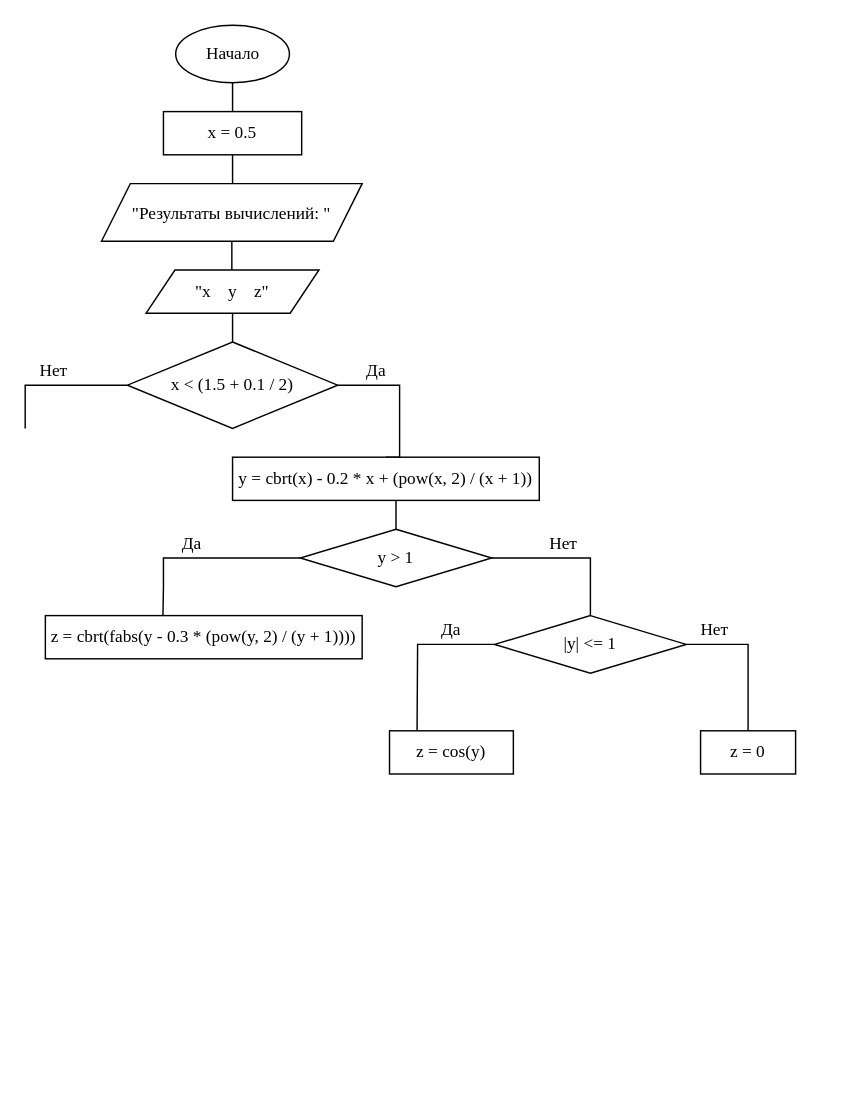
The draw.io diagram Диаграмма без названия.drawio in kkazim/proj, before the edit. Source tidied: cells renumbered, new cells numbered last; positions are measured from the earlier drawing's top-left corner, leaving out a move shared by most shapes. Both pictures are drawn from the tidied source at 144%, with x=0, y=0 at pixel (24, 24).
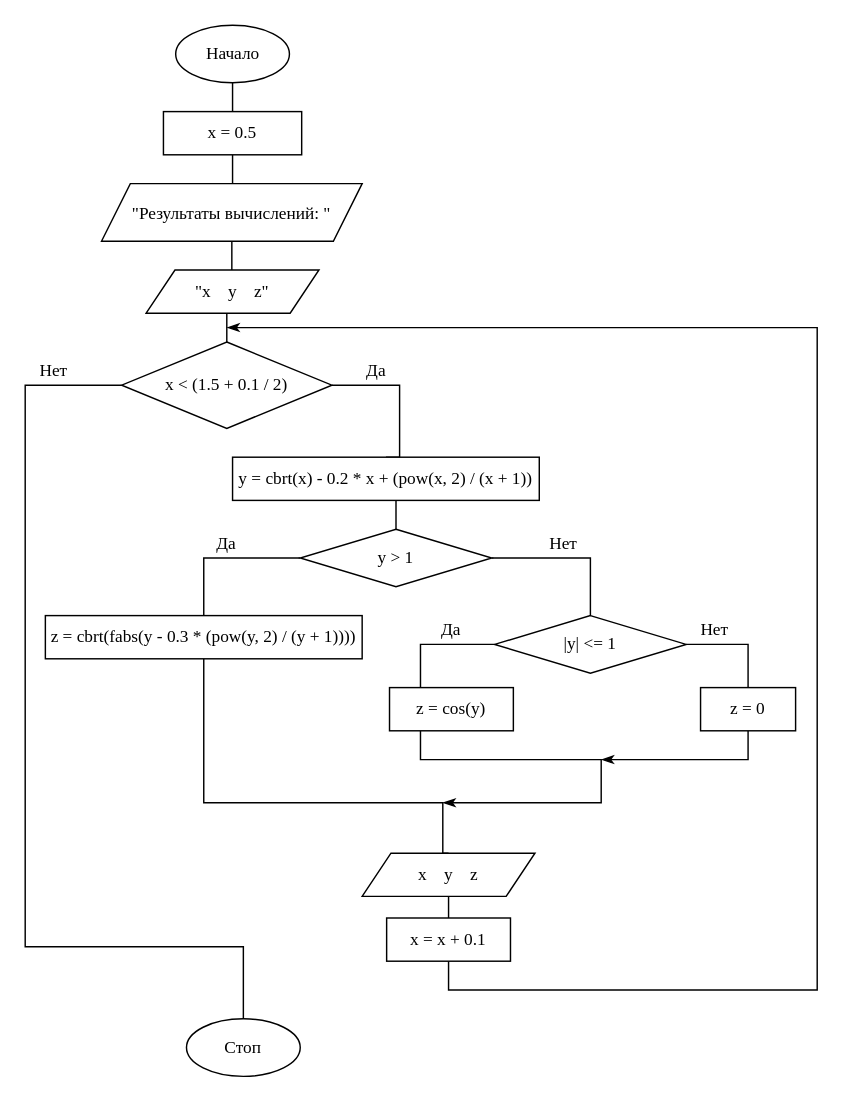
The same page after the edit.

The change refers to these unchanged cells:
```xml
<mxCell id="9" value="&quot;x&amp;nbsp; &amp;nbsp; y&amp;nbsp; &amp;nbsp; z&quot;" style="shape=parallelogram;perimeter=parallelogramPerimeter;whiteSpace=wrap;html=1;fixedSize=1;fontFamily=Times New Roman;fontSize=12;" parent="1" vertex="1">
  <mxGeometry x="84" y="170" width="120" height="30" as="geometry" />
</mxCell>
<mxCell id="19" value="y &amp;gt; 1" style="rhombus;whiteSpace=wrap;html=1;fontFamily=Times New Roman;fontSize=12;" parent="1" vertex="1">
  <mxGeometry x="191" y="350" width="133" height="40" as="geometry" />
</mxCell>
<mxCell id="22" value="z = cbrt(fabs(y - 0.3 * (pow(y, 2) / (y + 1))))" style="rounded=0;whiteSpace=wrap;html=1;fontFamily=Times New Roman;fontSize=12;" parent="1" vertex="1">
  <mxGeometry x="14" y="410" width="220" height="30" as="geometry" />
</mxCell>
<mxCell id="25" value="|y| &amp;lt;= 1" style="rhombus;whiteSpace=wrap;html=1;fontFamily=Times New Roman;fontSize=12;" parent="1" vertex="1">
  <mxGeometry x="326" y="410" width="133" height="40" as="geometry" />
</mxCell>
```

Diff of the diagram source:
```diff
@@
-    <mxCell id="8" style="edgeStyle=orthogonalEdgeStyle;rounded=0;jettySize=auto;html=1;fontFamily=Times New Roman;fontSize=12;endArrow=none;endFill=0;" parent="1" edge="1" source="9" target="12">
-      <mxGeometry relative="1" as="geometry" />
-    </mxCell>
@@
-    <mxCell id="11" style="edgeStyle=orthogonalEdgeStyle;rounded=0;jettySize=auto;html=1;exitX=0;exitY=0.5;exitDx=0;exitDy=0;fontFamily=Times New Roman;fontSize=12;endArrow=none;endFill=0;" parent="1" edge="1" source="12">
+    <mxCell id="11" style="edgeStyle=orthogonalEdgeStyle;rounded=0;jettySize=auto;html=1;exitX=0;exitY=0.5;exitDx=0;exitDy=0;fontFamily=Times New Roman;fontSize=12;endArrow=none;endFill=0;entryX=0.5;entryY=0;entryDx=0;entryDy=0;" parent="1" edge="1" source="12" target="38">
       <mxGeometry relative="1" as="geometry">
-        <mxPoint y="280" as="targetPoint" />
         <Array as="points">
           <mxPoint y="250" />
-          <mxPoint y="280" />
+          <mxPoint y="640" />
+          <mxPoint x="151" y="640" />
         </Array>
       </mxGeometry>
     </mxCell>
+    <mxCell id="30" style="edgeStyle=orthogonalEdgeStyle;rounded=0;jettySize=auto;html=1;fontFamily=Times New Roman;fontSize=12;endArrow=none;endFill=0;" parent="1" edge="1" source="12" target="9">
+      <mxGeometry relative="1" as="geometry">
+        <Array as="points">
+          <mxPoint x="140" y="210" />
+          <mxPoint x="140" y="210" />
+        </Array>
+      </mxGeometry>
+    </mxCell>
     <mxCell id="12" value="x &amp;lt; (1.5 + 0.1 / 2)" style="rhombus;whiteSpace=wrap;html=1;fontFamily=Times New Roman;fontSize=12;" parent="1" vertex="1">
-      <mxGeometry x="71" y="220" width="146" height="60" as="geometry" />
+      <mxGeometry x="67" y="220" width="146" height="60" as="geometry" />
     </mxCell>
@@
-    <mxCell id="18" style="edgeStyle=orthogonalEdgeStyle;rounded=0;jettySize=auto;html=1;exitX=0;exitY=0.5;exitDx=0;exitDy=0;fontFamily=Times New Roman;fontSize=12;endArrow=none;endFill=0;entryX=0.371;entryY=0.058;entryDx=0;entryDy=0;entryPerimeter=0;" parent="1" edge="1" source="19" target="22">
+    <mxCell id="18" style="edgeStyle=orthogonalEdgeStyle;rounded=0;jettySize=auto;html=1;exitX=0;exitY=0.5;exitDx=0;exitDy=0;fontFamily=Times New Roman;fontSize=12;endArrow=none;endFill=0;entryX=0.5;entryY=0;entryDx=0;entryDy=0;" parent="1" edge="1" source="19" target="22">
       <mxGeometry relative="1" as="geometry">
         <Array as="points">
-          <mxPoint x="96" y="370" />
-          <mxPoint x="96" y="390" />
+          <mxPoint x="124" y="370" />
         </Array>
       </mxGeometry>
     </mxCell>
@@
     <mxCell id="20" value="Да" style="rounded=0;whiteSpace=wrap;html=1;fontFamily=Times New Roman;fontSize=12;fillColor=none;strokeColor=none;" parent="1" vertex="1">
-      <mxGeometry x="96" y="350" width="40" height="20" as="geometry" />
+      <mxGeometry x="120" y="350" width="40" height="20" as="geometry" />
     </mxCell>
@@
+    <mxCell id="31" style="edgeStyle=orthogonalEdgeStyle;rounded=0;jettySize=auto;html=1;exitX=0.5;exitY=1;exitDx=0;exitDy=0;fontFamily=Times New Roman;fontSize=12;endArrow=none;endFill=0;entryX=0.5;entryY=0;entryDx=0;entryDy=0;" parent="1" edge="1" source="22" target="35">
+      <mxGeometry relative="1" as="geometry">
+        <Array as="points">
+          <mxPoint x="124" y="540" />
+          <mxPoint x="290" y="540" />
+          <mxPoint x="290" y="575" />
+        </Array>
+      </mxGeometry>
+    </mxCell>
@@
-    <mxCell id="23" style="edgeStyle=orthogonalEdgeStyle;rounded=0;jettySize=auto;html=1;exitX=0;exitY=0.5;exitDx=0;exitDy=0;fontFamily=Times New Roman;fontSize=12;endArrow=none;endFill=0;" parent="1" edge="1" source="25">
-      <mxGeometry relative="1" as="geometry">
-        <mxPoint x="272" y="510" as="targetPoint" />
-      </mxGeometry>
+    <mxCell id="23" style="edgeStyle=orthogonalEdgeStyle;rounded=0;jettySize=auto;html=1;exitX=0;exitY=0.5;exitDx=0;exitDy=0;fontFamily=Times New Roman;fontSize=12;endArrow=none;endFill=0;entryX=0.25;entryY=0;entryDx=0;entryDy=0;" parent="1" edge="1" source="25" target="28">
+      <mxGeometry relative="1" as="geometry" />
     </mxCell>
@@
+    <mxCell id="32" style="edgeStyle=orthogonalEdgeStyle;rounded=0;jettySize=auto;html=1;exitX=0.25;exitY=1;exitDx=0;exitDy=0;fontFamily=Times New Roman;fontSize=12;endArrow=classicThin;endFill=1;" parent="1" edge="1" source="28">
+      <mxGeometry relative="1" as="geometry">
+        <mxPoint x="290" y="540" as="targetPoint" />
+        <Array as="points">
+          <mxPoint x="275" y="510" />
+          <mxPoint x="400" y="510" />
+        </Array>
+      </mxGeometry>
+    </mxCell>
     <mxCell id="28" value="z = cos(y)" style="rounded=0;whiteSpace=wrap;html=1;fontFamily=Times New Roman;fontSize=12;" parent="1" vertex="1">
-      <mxGeometry x="253" y="490" width="86" height="30" as="geometry" />
+      <mxGeometry x="253" y="460" width="86" height="30" as="geometry" />
     </mxCell>
+    <mxCell id="33" style="edgeStyle=orthogonalEdgeStyle;rounded=0;jettySize=auto;html=1;exitX=0.5;exitY=1;exitDx=0;exitDy=0;fontFamily=Times New Roman;fontSize=12;endArrow=classicThin;endFill=1;" parent="1" edge="1" source="29">
+      <mxGeometry relative="1" as="geometry">
+        <mxPoint x="400" y="510" as="targetPoint" />
+        <Array as="points">
+          <mxPoint x="502" y="510" />
+        </Array>
+      </mxGeometry>
+    </mxCell>
     <mxCell id="29" value="z = 0" style="rounded=0;whiteSpace=wrap;html=1;fontFamily=Times New Roman;fontSize=12;" parent="1" vertex="1">
-      <mxGeometry x="469" y="490" width="66" height="30" as="geometry" />
+      <mxGeometry x="469" y="460" width="66" height="30" as="geometry" />
     </mxCell>
+    <mxCell id="34" style="edgeStyle=orthogonalEdgeStyle;rounded=0;jettySize=auto;html=1;exitX=0.5;exitY=1;exitDx=0;exitDy=0;entryX=0.5;entryY=0;entryDx=0;entryDy=0;fontFamily=Times New Roman;fontSize=12;endArrow=none;endFill=0;" parent="1" edge="1" source="35" target="37">
+      <mxGeometry relative="1" as="geometry" />
+    </mxCell>
+    <mxCell id="35" value="x&amp;nbsp; &amp;nbsp; y&amp;nbsp; &amp;nbsp; z" style="shape=parallelogram;perimeter=parallelogramPerimeter;whiteSpace=wrap;html=1;fixedSize=1;fontFamily=Times New Roman;fontSize=12;" parent="1" vertex="1">
+      <mxGeometry x="234" y="575" width="120" height="30" as="geometry" />
+    </mxCell>
+    <mxCell id="36" style="edgeStyle=orthogonalEdgeStyle;rounded=0;jettySize=auto;html=1;exitX=0.5;exitY=1;exitDx=0;exitDy=0;fontFamily=Times New Roman;fontSize=12;endArrow=classicThin;endFill=1;" parent="1" edge="1" source="37">
+      <mxGeometry relative="1" as="geometry">
+        <mxPoint x="140" y="210" as="targetPoint" />
+        <Array as="points">
+          <mxPoint x="294" y="670" />
+          <mxPoint x="550" y="670" />
+          <mxPoint x="550" y="210" />
+        </Array>
+      </mxGeometry>
+    </mxCell>
+    <mxCell id="37" value="x = x + 0.1" style="rounded=0;whiteSpace=wrap;html=1;fontFamily=Times New Roman;fontSize=12;" parent="1" vertex="1">
+      <mxGeometry x="251" y="620" width="86" height="30" as="geometry" />
+    </mxCell>
+    <mxCell id="38" value="&lt;font face=&quot;Times New Roman&quot;&gt;Стоп&lt;/font&gt;" style="ellipse;whiteSpace=wrap;html=1;" parent="1" vertex="1">
+      <mxGeometry x="112" y="690" width="79" height="40" as="geometry" />
+    </mxCell>
```
